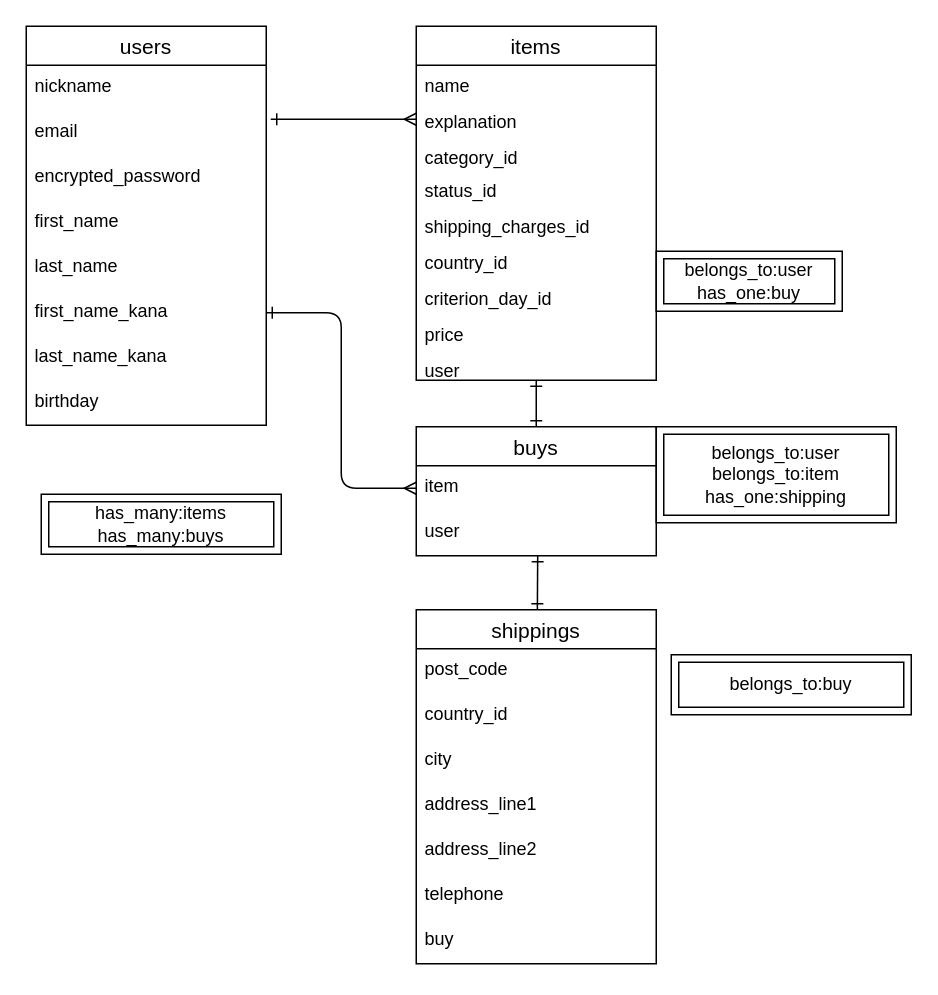
Above: config/ER.dio in katsuki0330/furima-36330 (draw.io), before the change. Source tidied: cells renumbered, new cells numbered last; positions are measured from the earlier drawing's top-left corner, leaving out a move shared by most shapes. Both pictures are drawn from the tidied source at 150%, with x=0, y=0 at pixel (26, 26).
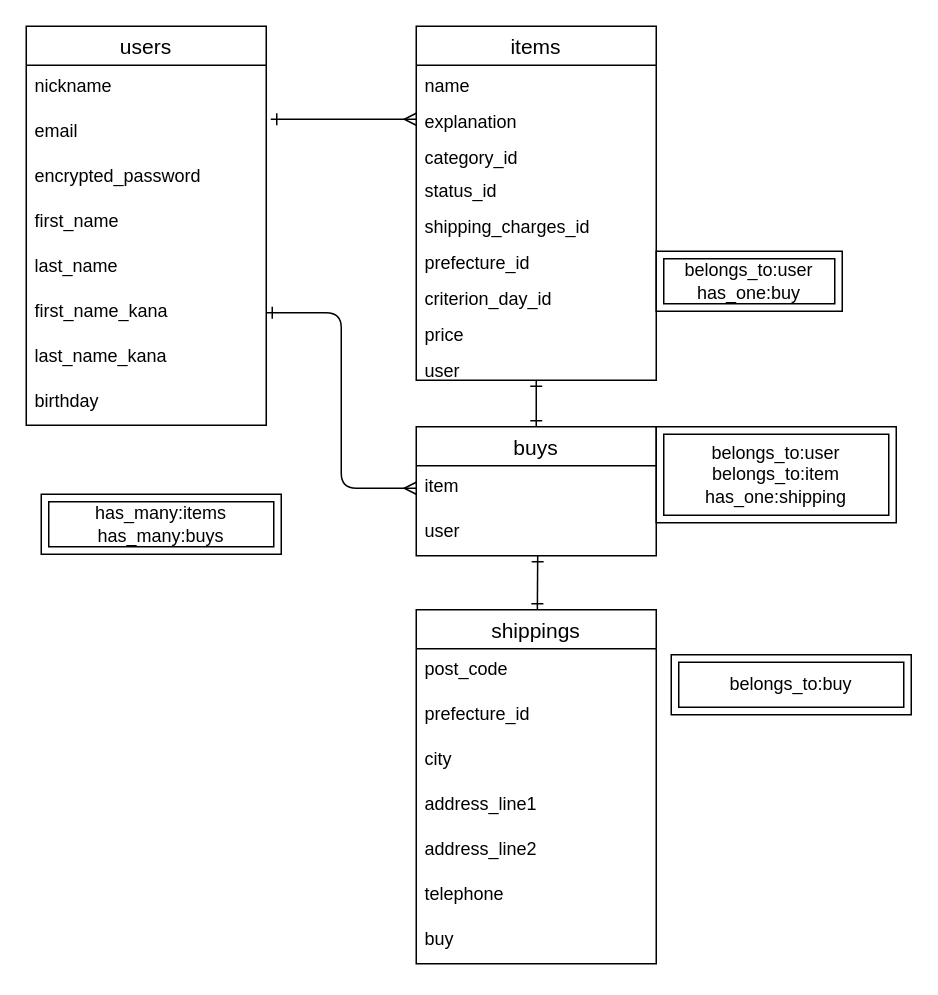
The same diagram, later.

Commit message (it also covers changes not shown here):
都道府県カラム名を修正

The change refers to these unchanged cells:
```xml
<mxCell id="11" value="items" style="swimlane;fontStyle=0;horizontal=1;startSize=26;align=center;fontSize=14;" parent="1" vertex="1">
  <mxGeometry x="260" width="160" height="236" as="geometry" />
</mxCell>
<mxCell id="21" value="shippings" style="swimlane;fontStyle=0;horizontal=1;startSize=26;align=center;fontSize=14;" parent="1" vertex="1">
  <mxGeometry x="260" y="389" width="160" height="236" as="geometry" />
</mxCell>
```

What changed in the source:
```diff
@@
-    <mxCell id="17" value="country_id" style="text;strokeColor=none;fillColor=none;spacingLeft=4;spacingRight=4;overflow=hidden;fontSize=12;" parent="11" vertex="1">
+    <mxCell id="17" value="prefecture_id" style="text;strokeColor=none;fillColor=none;spacingLeft=4;spacingRight=4;overflow=hidden;fontSize=12;" parent="11" vertex="1">
       <mxGeometry y="144" width="160" height="24" as="geometry" />
     </mxCell>
@@
-    <mxCell id="23" value="country_id" style="text;strokeColor=none;fillColor=none;spacingLeft=4;spacingRight=4;overflow=hidden;fontSize=12;" parent="21" vertex="1">
+    <mxCell id="23" value="prefecture_id" style="text;strokeColor=none;fillColor=none;spacingLeft=4;spacingRight=4;overflow=hidden;fontSize=12;" parent="21" vertex="1">
       <mxGeometry y="56" width="160" height="30" as="geometry" />
     </mxCell>
```
